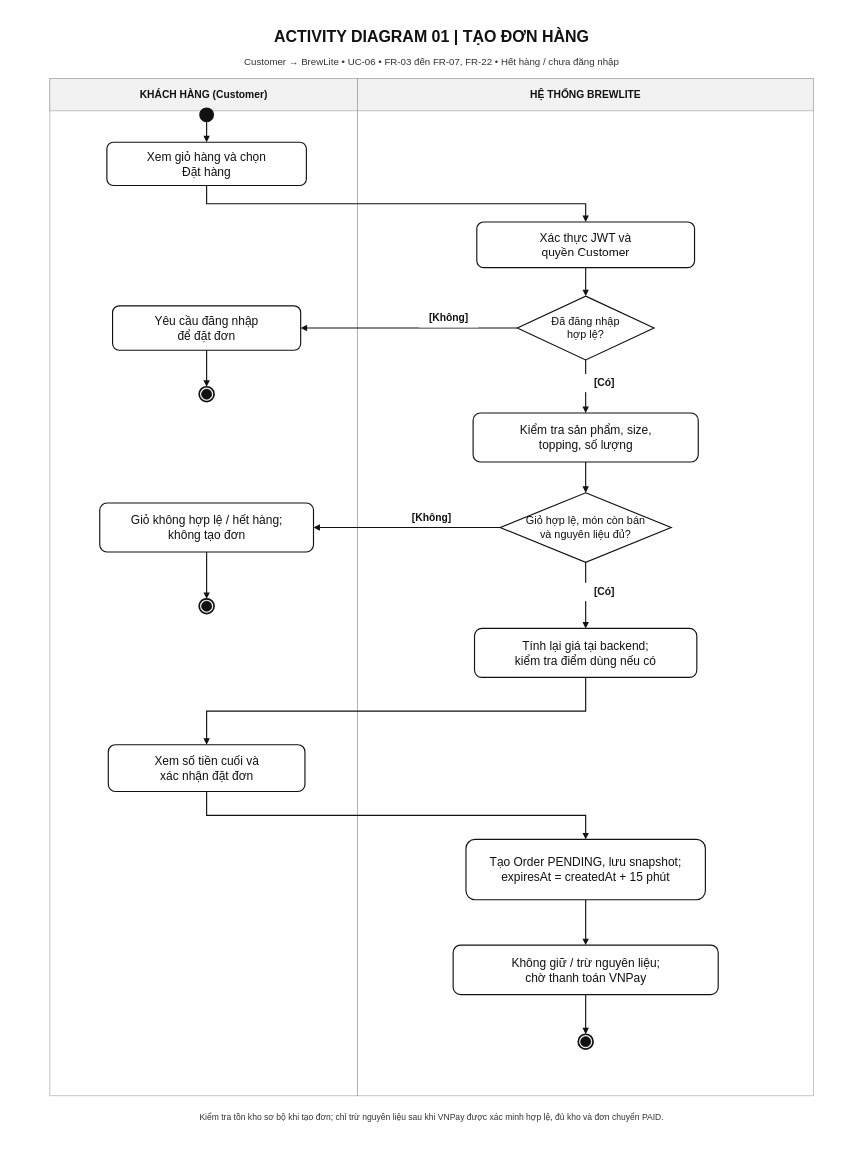
mhien06/SWE_A2 keeps this draw.io diagram as docs/diagrams/sources/activity-order-creation.drawio. Above is the earlier version. Source tidied: cells renumbered, new cells numbered last; positions are measured from the earlier drawing's top-left corner, leaving out a move shared by most shapes. Both pictures are drawn from the tidied source at 57%, with x=0, y=0 at pixel (10, 10).
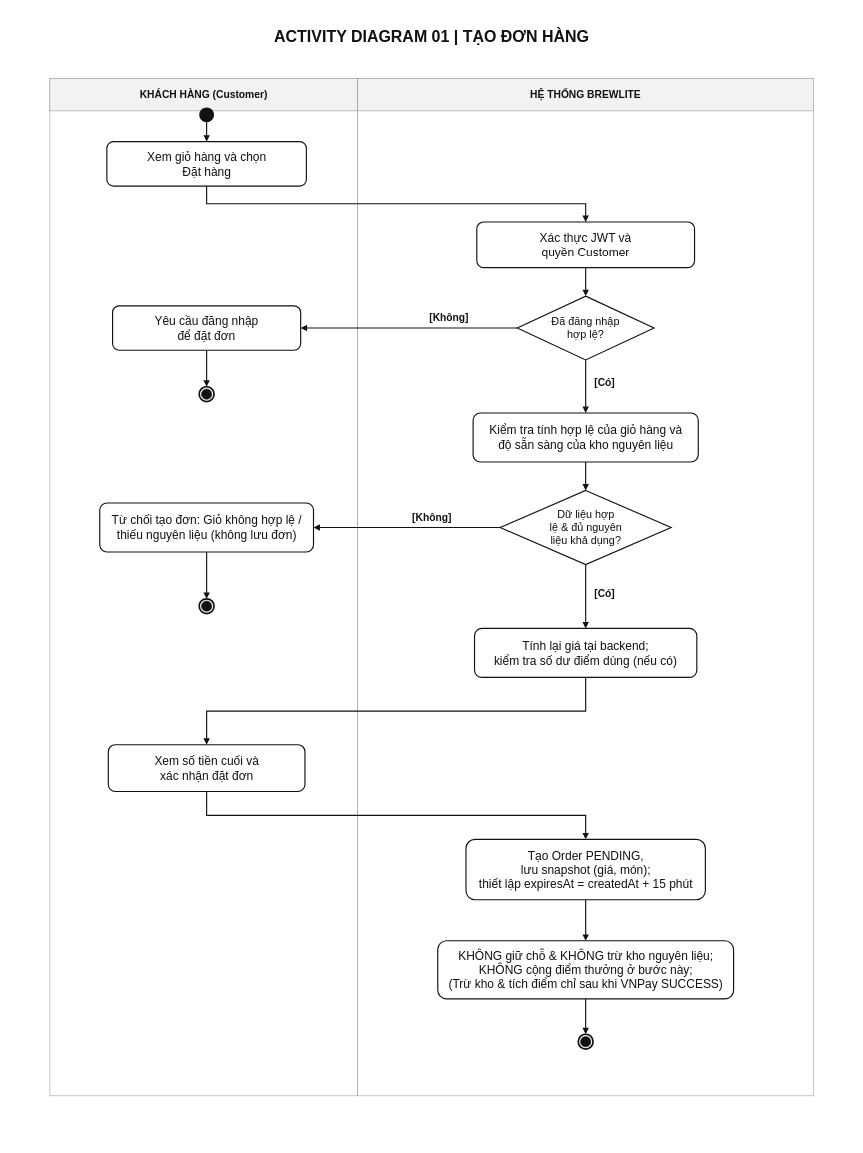
After the change.

Commit message (it also covers changes not shown here):
docs(task2.1): update activity diagrams from latest package

Diff of the diagram source:
```diff
@@
-    <mxCell id="4" value="Customer → BrewLite  •  UC-06  •  FR-03 đến FR-07, FR-22  •  Hết hàng / chưa đăng nhập" style="text;html=1;align=center;verticalAlign=middle;whiteSpace=wrap;rounded=0;fillColor=none;strokeColor=none;fontSize=17;fontColor=#333333;" parent="1" vertex="1">
-      <mxGeometry x="75" y="74" width="1330" height="36" as="geometry" />
-    </mxCell>
@@
-    <mxCell id="24" value="Xem giỏ hàng và chọn&lt;br&gt;Đặt hàng" style="rounded=1;arcSize=15;whiteSpace=wrap;html=1;fillColor=#FFFFFF;strokeColor=#111111;strokeWidth=2;fontSize=21;fontFamily=Arial;fontColor=#111111;align=center;verticalAlign=middle;" parent="1" vertex="1">
-      <mxGeometry x="170" y="232" width="350" height="76" as="geometry" />
+    <mxCell id="24" value="Xem giỏ hàng và chọn&lt;br&gt;Đặt hàng" style="rounded=1;arcSize=15;whiteSpace=nowrap;html=1;fillColor=#FFFFFF;strokeColor=#111111;strokeWidth=2;fontSize=21;fontFamily=Arial;fontColor=#111111;align=center;verticalAlign=middle;" parent="1" vertex="1">
+      <mxGeometry x="170" y="231" width="350" height="78" as="geometry" />
     </mxCell>
@@
-    <mxCell id="30" value="Kiểm tra sản phẩm, size,&lt;br&gt;topping, số lượng" style="rounded=1;arcSize=15;whiteSpace=wrap;html=1;fillColor=#FFFFFF;strokeColor=#111111;strokeWidth=2;fontSize=21;fontFamily=Arial;fontColor=#111111;align=center;verticalAlign=middle;" parent="1" vertex="1">
+    <mxCell id="30" value="Kiểm tra tính hợp lệ của giỏ hàng và&lt;br&gt;độ sẵn sàng của kho nguyên liệu" style="rounded=1;arcSize=15;whiteSpace=wrap;html=1;fillColor=#FFFFFF;strokeColor=#111111;strokeWidth=2;fontSize=21;fontFamily=Arial;fontColor=#111111;align=center;verticalAlign=middle;" parent="1" vertex="1">
       <mxGeometry x="812.5" y="707" width="395" height="86" as="geometry" />
     </mxCell>
-    <mxCell id="31" value="Giỏ hợp lệ, món còn bán&lt;br&gt;và nguyên liệu đủ?" style="rhombus;whiteSpace=wrap;html=1;fillColor=#FFFFFF;strokeColor=#111111;strokeWidth=2;fontSize=19;fontFamily=Arial;fontColor=#111111;align=center;verticalAlign=middle;" parent="1" vertex="1">
-      <mxGeometry x="860" y="847" width="300" height="122" as="geometry" />
+    <mxCell id="31" value="Dữ liệu hợp&lt;br&gt;lệ &amp;amp; đủ nguyên&lt;br&gt;liệu khả dụng?" style="rhombus;whiteSpace=nowrap;html=1;fillColor=#FFFFFF;strokeColor=#111111;strokeWidth=2;fontSize=19;fontFamily=Arial;fontColor=#111111;align=center;verticalAlign=middle;" parent="1" vertex="1">
+      <mxGeometry x="860" y="843" width="300" height="130" as="geometry" />
     </mxCell>
-    <mxCell id="32" value="Giỏ không hợp lệ / hết hàng;&lt;br&gt;không tạo đơn" style="rounded=1;arcSize=15;whiteSpace=wrap;html=1;fillColor=#FFFFFF;strokeColor=#111111;strokeWidth=2;fontSize=21;fontFamily=Arial;fontColor=#111111;align=center;verticalAlign=middle;" parent="1" vertex="1">
+    <mxCell id="32" value="Từ chối tạo đơn: Giỏ không hợp lệ /&lt;br&gt;thiếu nguyên liệu (không lưu đơn)" style="rounded=1;arcSize=15;whiteSpace=wrap;html=1;fillColor=#FFFFFF;strokeColor=#111111;strokeWidth=2;fontSize=21;fontFamily=Arial;fontColor=#111111;align=center;verticalAlign=middle;" parent="1" vertex="1">
       <mxGeometry x="157.5" y="865" width="375" height="86" as="geometry" />
     </mxCell>
@@
-    <mxCell id="35" value="Tính lại giá tại backend;&lt;br&gt;kiểm tra điểm dùng nếu có" style="rounded=1;arcSize=15;whiteSpace=wrap;html=1;fillColor=#FFFFFF;strokeColor=#111111;strokeWidth=2;fontSize=21;fontFamily=Arial;fontColor=#111111;align=center;verticalAlign=middle;" parent="1" vertex="1">
+    <mxCell id="35" value="Tính lại giá tại backend;&lt;br&gt;kiểm tra số dư điểm dùng (nếu có)" style="rounded=1;arcSize=15;whiteSpace=wrap;html=1;fillColor=#FFFFFF;strokeColor=#111111;strokeWidth=2;fontSize=21;fontFamily=Arial;fontColor=#111111;align=center;verticalAlign=middle;" parent="1" vertex="1">
       <mxGeometry x="815" y="1085" width="390" height="86" as="geometry" />
     </mxCell>
@@
-    <mxCell id="37" value="Tạo Order PENDING, lưu snapshot;&lt;br&gt;expiresAt = createdAt + 15 phút" style="rounded=1;arcSize=15;whiteSpace=wrap;html=1;fillColor=#FFFFFF;strokeColor=#111111;strokeWidth=2;fontSize=21;fontFamily=Arial;fontColor=#111111;align=center;verticalAlign=middle;" parent="1" vertex="1">
+    <mxCell id="37" value="Tạo Order PENDING,&lt;br&gt;lưu snapshot (giá, món);&lt;br&gt;thiết lập expiresAt = createdAt + 15 phút" style="rounded=1;arcSize=15;whiteSpace=nowrap;html=1;fillColor=#FFFFFF;strokeColor=#111111;strokeWidth=2;fontSize=21;fontFamily=Arial;fontColor=#111111;align=center;verticalAlign=middle;" parent="1" vertex="1">
       <mxGeometry x="800" y="1455" width="420" height="106" as="geometry" />
     </mxCell>
-    <mxCell id="38" value="Không giữ / trừ nguyên liệu;&lt;br&gt;chờ thanh toán VNPay" style="rounded=1;arcSize=15;whiteSpace=wrap;html=1;fillColor=#FFFFFF;strokeColor=#111111;strokeWidth=2;fontSize=21;fontFamily=Arial;fontColor=#111111;align=center;verticalAlign=middle;" parent="1" vertex="1">
-      <mxGeometry x="777.5" y="1640.5" width="465" height="87" as="geometry" />
+    <mxCell id="38" value="KHÔNG giữ chỗ &amp;amp; KHÔNG trừ kho nguyên liệu;&lt;br&gt;KHÔNG cộng điểm thưởng ở bước này;&lt;br&gt;(Trừ kho &amp;amp; tích điểm chỉ sau khi VNPay SUCCESS)" style="rounded=1;arcSize=15;whiteSpace=nowrap;html=1;fillColor=#FFFFFF;strokeColor=#111111;strokeWidth=2;fontSize=21;fontFamily=Arial;fontColor=#111111;align=center;verticalAlign=middle;" parent="1" vertex="1">
+      <mxGeometry x="750.5" y="1633" width="519" height="102" as="geometry" />
     </mxCell>
@@
-    <mxCell id="41" value="[Không]" style="text;html=1;align=center;verticalAlign=middle;whiteSpace=wrap;strokeColor=none;fillColor=#FFFFFF;fontColor=#111111;fontSize=18;fontStyle=1;" parent="1" vertex="1">
-      <mxGeometry x="718" y="525" width="104" height="32" as="geometry" />
+    <mxCell id="41" value="[Không]" style="text;html=1;align=center;verticalAlign=middle;whiteSpace=nowrap;strokeColor=none;fillColor=#FFFFFF;fontColor=#111111;fontSize=18;fontStyle=1;" parent="1" vertex="1">
+      <mxGeometry x="728" y="527" width="84" height="28" as="geometry" />
     </mxCell>
-    <mxCell id="42" value="[Có]" style="text;html=1;align=center;verticalAlign=middle;whiteSpace=wrap;strokeColor=none;fillColor=#FFFFFF;fontColor=#111111;fontSize=18;fontStyle=1;" parent="1" vertex="1">
-      <mxGeometry x="1003" y="638.5" width="80" height="32" as="geometry" />
+    <mxCell id="42" value="[Có]" style="text;html=1;align=center;verticalAlign=middle;whiteSpace=nowrap;strokeColor=none;fillColor=#FFFFFF;fontColor=#111111;fontSize=18;fontStyle=1;" parent="1" vertex="1">
+      <mxGeometry x="1018" y="640.5" width="50" height="28" as="geometry" />
     </mxCell>
-    <mxCell id="43" value="[Không]" style="text;html=1;align=center;verticalAlign=middle;whiteSpace=wrap;strokeColor=none;fillColor=#FFFFFF;fontColor=#111111;fontSize=18;fontStyle=1;" parent="1" vertex="1">
-      <mxGeometry x="688" y="875" width="104" height="32" as="geometry" />
+    <mxCell id="43" value="[Không]" style="text;html=1;align=center;verticalAlign=middle;whiteSpace=nowrap;strokeColor=none;fillColor=#FFFFFF;fontColor=#111111;fontSize=18;fontStyle=1;" parent="1" vertex="1">
+      <mxGeometry x="698" y="877" width="84" height="28" as="geometry" />
     </mxCell>
-    <mxCell id="44" value="[Có]" style="text;html=1;align=center;verticalAlign=middle;whiteSpace=wrap;strokeColor=none;fillColor=#FFFFFF;fontColor=#111111;fontSize=18;fontStyle=1;" parent="1" vertex="1">
-      <mxGeometry x="1003" y="1005" width="80" height="32" as="geometry" />
+    <mxCell id="44" value="[Có]" style="text;html=1;align=center;verticalAlign=middle;whiteSpace=nowrap;strokeColor=none;fillColor=#FFFFFF;fontColor=#111111;fontSize=18;fontStyle=1;" parent="1" vertex="1">
+      <mxGeometry x="1018" y="1011" width="50" height="28" as="geometry" />
     </mxCell>
-    <mxCell id="45" value="Kiểm tra tồn kho sơ bộ khi tạo đơn; chỉ trừ nguyên liệu sau khi VNPay được xác minh hợp lệ, đủ kho và đơn chuyển PAID." style="text;html=1;align=center;verticalAlign=middle;whiteSpace=wrap;strokeColor=none;fillColor=#FFFFFF;fontColor=#333333;fontSize=15;" parent="1" vertex="1">
-      <mxGeometry x="75" y="1918" width="1330" height="48" as="geometry" />
-    </mxCell>
```
